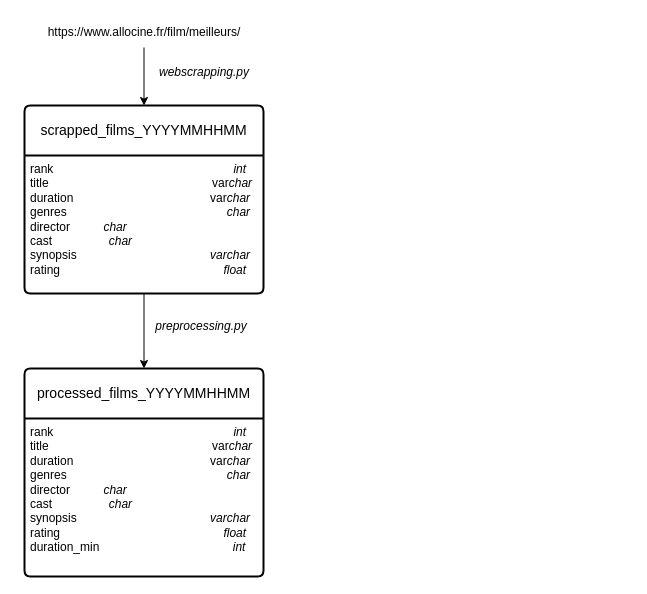
Earlier version of the draw.io diagram data_architecture.drawio (aidalmd/Datascientest_MLOps_2023_RecomFilms). Source tidied: cells renumbered, new cells numbered last; positions are measured from the earlier drawing's top-left corner, leaving out a move shared by most shapes. Both pictures are drawn from the tidied source at 100%, with x=0, y=0 at pixel (24, 17).
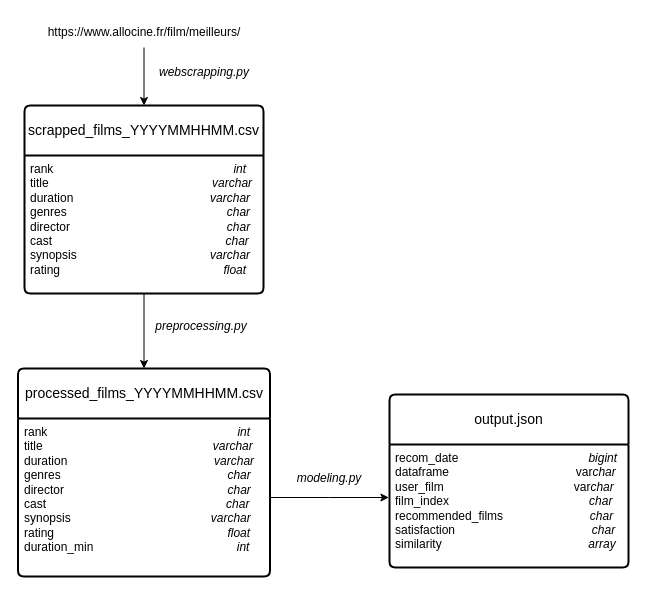
The same page after the edit.

Change to the diagram source:
```diff
@@
 <mxGraphModel>
   <root>
     <mxCell id="0" />
     <mxCell id="1" parent="0" />
-    <mxCell id="2" value="scrapped_films_YYYYMMHHMM" style="swimlane;horizontal=1;startSize=50;rounded=1;fontSize=14;fontStyle=0;strokeWidth=2;shadow=0;dashed=0;align=center;arcSize=4;whiteSpace=wrap;html=1;" parent="1" vertex="1">
+    <mxCell id="2" value="scrapped_films_YYYYMMHHMM.csv" style="swimlane;horizontal=1;startSize=50;rounded=1;fontSize=14;fontStyle=0;strokeWidth=2;shadow=0;dashed=0;align=center;arcSize=4;whiteSpace=wrap;html=1;" parent="1" vertex="1">
       <mxGeometry y="88" width="239" height="188" as="geometry" />
     </mxCell>
-    <mxCell id="3" value="rank&amp;nbsp; &amp;nbsp; &amp;nbsp; &amp;nbsp; &amp;nbsp; &amp;nbsp; &amp;nbsp; &amp;nbsp; &amp;nbsp; &amp;nbsp; &amp;nbsp; &amp;nbsp; &amp;nbsp; &amp;nbsp; &amp;nbsp; &amp;nbsp; &amp;nbsp; &amp;nbsp; &amp;nbsp; &amp;nbsp; &amp;nbsp; &amp;nbsp; &amp;nbsp; &amp;nbsp; &amp;nbsp; &amp;nbsp; &amp;nbsp; &lt;i&gt;int&lt;/i&gt;&lt;br&gt;title&amp;nbsp; &amp;nbsp; &amp;nbsp; &amp;nbsp; &amp;nbsp; &amp;nbsp; &amp;nbsp; &amp;nbsp; &amp;nbsp; &amp;nbsp; &amp;nbsp; &amp;nbsp; &amp;nbsp; &amp;nbsp; &amp;nbsp; &amp;nbsp; &amp;nbsp; &amp;nbsp; &amp;nbsp; &amp;nbsp; &amp;nbsp; &amp;nbsp; &amp;nbsp; &amp;nbsp; &amp;nbsp;var&lt;i&gt;char&lt;/i&gt;&lt;br&gt;duration&amp;nbsp; &amp;nbsp; &amp;nbsp; &amp;nbsp; &amp;nbsp; &amp;nbsp; &amp;nbsp; &amp;nbsp; &amp;nbsp; &amp;nbsp; &amp;nbsp; &amp;nbsp; &amp;nbsp; &amp;nbsp; &amp;nbsp; &amp;nbsp; &amp;nbsp; &amp;nbsp; &amp;nbsp; &amp;nbsp; &amp;nbsp;var&lt;i&gt;char&lt;/i&gt;&lt;br&gt;genres&amp;nbsp; &amp;nbsp; &amp;nbsp; &amp;nbsp; &amp;nbsp; &amp;nbsp; &amp;nbsp; &amp;nbsp; &amp;nbsp; &amp;nbsp; &amp;nbsp; &amp;nbsp; &amp;nbsp; &amp;nbsp; &amp;nbsp; &amp;nbsp; &amp;nbsp; &amp;nbsp; &amp;nbsp; &amp;nbsp; &amp;nbsp; &amp;nbsp; &amp;nbsp; &amp;nbsp;&amp;nbsp;&lt;i&gt;char&lt;/i&gt;&lt;br&gt;director&amp;nbsp;&lt;span style=&quot;white-space: pre;&quot;&gt; &lt;/span&gt;&lt;span style=&quot;white-space: pre;&quot;&gt; &lt;/span&gt;&lt;span style=&quot;white-space: pre;&quot;&gt; &lt;/span&gt;&lt;span style=&quot;white-space: pre;&quot;&gt; &lt;/span&gt;&lt;span style=&quot;white-space: pre;&quot;&gt; &lt;/span&gt;&lt;span style=&quot;white-space: pre;&quot;&gt; &lt;/span&gt;&amp;nbsp; &amp;nbsp;&lt;i&gt;char&lt;/i&gt;&lt;br&gt;cast&lt;span style=&quot;white-space: pre;&quot;&gt; &lt;/span&gt;&lt;span style=&quot;white-space: pre;&quot;&gt; &lt;/span&gt;&lt;span style=&quot;white-space: pre;&quot;&gt; &lt;/span&gt;&lt;span style=&quot;white-space: pre;&quot;&gt; &lt;/span&gt;&lt;span style=&quot;white-space: pre;&quot;&gt; &lt;/span&gt;&lt;span style=&quot;white-space: pre;&quot;&gt; &lt;/span&gt;&amp;nbsp;&amp;nbsp;&amp;nbsp; &amp;nbsp; &amp;nbsp; &amp;nbsp; &amp;nbsp;&lt;i&gt;char&lt;/i&gt;&lt;br&gt;synopsis&amp;nbsp; &amp;nbsp; &amp;nbsp; &amp;nbsp; &amp;nbsp; &amp;nbsp; &amp;nbsp; &amp;nbsp; &amp;nbsp; &amp;nbsp; &amp;nbsp; &amp;nbsp; &amp;nbsp; &amp;nbsp; &amp;nbsp; &amp;nbsp; &amp;nbsp; &amp;nbsp; &amp;nbsp; &amp;nbsp;&amp;nbsp;&lt;i&gt;varchar&lt;/i&gt;&lt;br&gt;rating&amp;nbsp; &amp;nbsp; &amp;nbsp; &amp;nbsp; &amp;nbsp; &amp;nbsp; &amp;nbsp; &amp;nbsp; &amp;nbsp; &amp;nbsp; &amp;nbsp; &amp;nbsp; &amp;nbsp; &amp;nbsp; &amp;nbsp; &amp;nbsp; &amp;nbsp; &amp;nbsp; &amp;nbsp; &amp;nbsp; &amp;nbsp; &amp;nbsp; &amp;nbsp; &amp;nbsp; &amp;nbsp;&lt;i&gt;float&lt;/i&gt;" style="align=left;strokeColor=none;fillColor=none;spacingLeft=4;fontSize=12;verticalAlign=top;html=1;" parent="2" vertex="1">
+    <mxCell id="3" value="rank&amp;nbsp; &amp;nbsp; &amp;nbsp; &amp;nbsp; &amp;nbsp; &amp;nbsp; &amp;nbsp; &amp;nbsp; &amp;nbsp; &amp;nbsp; &amp;nbsp; &amp;nbsp; &amp;nbsp; &amp;nbsp; &amp;nbsp; &amp;nbsp; &amp;nbsp; &amp;nbsp; &amp;nbsp; &amp;nbsp; &amp;nbsp; &amp;nbsp; &amp;nbsp; &amp;nbsp; &amp;nbsp; &amp;nbsp; &amp;nbsp; &lt;i&gt;int&lt;/i&gt;&lt;br&gt;title&amp;nbsp; &amp;nbsp; &amp;nbsp; &amp;nbsp; &amp;nbsp; &amp;nbsp; &amp;nbsp; &amp;nbsp; &amp;nbsp; &amp;nbsp; &amp;nbsp; &amp;nbsp; &amp;nbsp; &amp;nbsp; &amp;nbsp; &amp;nbsp; &amp;nbsp; &amp;nbsp; &amp;nbsp; &amp;nbsp; &amp;nbsp; &amp;nbsp; &amp;nbsp; &amp;nbsp; &amp;nbsp;&lt;i&gt;varchar&lt;/i&gt;&lt;br&gt;duration&amp;nbsp; &amp;nbsp; &amp;nbsp; &amp;nbsp; &amp;nbsp; &amp;nbsp; &amp;nbsp; &amp;nbsp; &amp;nbsp; &amp;nbsp; &amp;nbsp; &amp;nbsp; &amp;nbsp; &amp;nbsp; &amp;nbsp; &amp;nbsp; &amp;nbsp; &amp;nbsp; &amp;nbsp; &amp;nbsp; &amp;nbsp;&lt;i&gt;varchar&lt;/i&gt;&lt;br&gt;genres&amp;nbsp; &amp;nbsp; &amp;nbsp; &amp;nbsp; &amp;nbsp; &amp;nbsp; &amp;nbsp; &amp;nbsp; &amp;nbsp; &amp;nbsp; &amp;nbsp; &amp;nbsp; &amp;nbsp; &amp;nbsp; &amp;nbsp; &amp;nbsp; &amp;nbsp; &amp;nbsp; &amp;nbsp; &amp;nbsp; &amp;nbsp; &amp;nbsp; &amp;nbsp; &amp;nbsp;&amp;nbsp;&lt;i&gt;char&lt;/i&gt;&lt;br&gt;director&amp;nbsp;&lt;span style=&quot;white-space: pre;&quot;&gt; &lt;/span&gt;&lt;span style=&quot;white-space: pre;&quot;&gt; &lt;/span&gt;&lt;span style=&quot;white-space: pre;&quot;&gt; &lt;/span&gt;&lt;span style=&quot;white-space: pre;&quot;&gt; &lt;/span&gt;&lt;span style=&quot;white-space: pre;&quot;&gt; &lt;/span&gt;&lt;span style=&quot;white-space: pre;&quot;&gt; &lt;/span&gt;&amp;nbsp; &amp;nbsp; &amp;nbsp; &amp;nbsp; &amp;nbsp; &amp;nbsp; &amp;nbsp; &amp;nbsp; &amp;nbsp; &amp;nbsp; &amp;nbsp; &amp;nbsp; &amp;nbsp; &amp;nbsp; &amp;nbsp; &amp;nbsp; &amp;nbsp; &amp;nbsp; &amp;nbsp; &amp;nbsp; &lt;i&gt;char&lt;/i&gt;&lt;br&gt;cast&lt;span style=&quot;white-space: pre;&quot;&gt; &lt;/span&gt;&lt;span style=&quot;white-space: pre;&quot;&gt; &lt;/span&gt;&lt;span style=&quot;white-space: pre;&quot;&gt; &lt;/span&gt;&lt;span style=&quot;white-space: pre;&quot;&gt; &lt;/span&gt;&lt;span style=&quot;white-space: pre;&quot;&gt; &lt;/span&gt;&lt;span style=&quot;white-space: pre;&quot;&gt; &lt;/span&gt;&amp;nbsp; &amp;nbsp; &amp;nbsp; &amp;nbsp; &amp;nbsp; &amp;nbsp; &amp;nbsp; &amp;nbsp; &amp;nbsp; &amp;nbsp; &amp;nbsp; &amp;nbsp; &amp;nbsp; &amp;nbsp; &amp;nbsp; &amp;nbsp; &amp;nbsp; &amp;nbsp; &amp;nbsp; &amp;nbsp; &amp;nbsp; &amp;nbsp; &amp;nbsp; &lt;i&gt;char&lt;/i&gt;&lt;br&gt;synopsis&amp;nbsp; &amp;nbsp; &amp;nbsp; &amp;nbsp; &amp;nbsp; &amp;nbsp; &amp;nbsp; &amp;nbsp; &amp;nbsp; &amp;nbsp; &amp;nbsp; &amp;nbsp; &amp;nbsp; &amp;nbsp; &amp;nbsp; &amp;nbsp; &amp;nbsp; &amp;nbsp; &amp;nbsp; &amp;nbsp;&amp;nbsp;&lt;i&gt;varchar&lt;/i&gt;&lt;br&gt;rating&amp;nbsp; &amp;nbsp; &amp;nbsp; &amp;nbsp; &amp;nbsp; &amp;nbsp; &amp;nbsp; &amp;nbsp; &amp;nbsp; &amp;nbsp; &amp;nbsp; &amp;nbsp; &amp;nbsp; &amp;nbsp; &amp;nbsp; &amp;nbsp; &amp;nbsp; &amp;nbsp; &amp;nbsp; &amp;nbsp; &amp;nbsp; &amp;nbsp; &amp;nbsp; &amp;nbsp; &amp;nbsp;&lt;i&gt;float&lt;/i&gt;" style="align=left;strokeColor=none;fillColor=none;spacingLeft=4;fontSize=12;verticalAlign=top;html=1;" parent="2" vertex="1">
       <mxGeometry y="50" width="239" height="138" as="geometry" />
     </mxCell>
-    <mxCell id="4" value="processed_films_YYYYMMHHMM" style="swimlane;horizontal=1;startSize=50;rounded=1;fontSize=14;fontStyle=0;strokeWidth=2;shadow=0;dashed=0;align=center;arcSize=4;whiteSpace=wrap;html=1;" parent="1" vertex="1">
-      <mxGeometry y="351" width="239" height="208" as="geometry" />
+    <mxCell id="4" value="processed_films_YYYYMMHHMM.csv" style="swimlane;horizontal=1;startSize=50;rounded=1;fontSize=14;fontStyle=0;strokeWidth=2;shadow=0;dashed=0;align=center;arcSize=4;whiteSpace=wrap;html=1;" parent="1" vertex="1">
+      <mxGeometry x="-6.5" y="351" width="252" height="208" as="geometry" />
     </mxCell>
-    <mxCell id="5" value="rank&amp;nbsp; &amp;nbsp; &amp;nbsp; &amp;nbsp; &amp;nbsp; &amp;nbsp; &amp;nbsp; &amp;nbsp; &amp;nbsp; &amp;nbsp; &amp;nbsp; &amp;nbsp; &amp;nbsp; &amp;nbsp; &amp;nbsp; &amp;nbsp; &amp;nbsp; &amp;nbsp; &amp;nbsp; &amp;nbsp; &amp;nbsp; &amp;nbsp; &amp;nbsp; &amp;nbsp; &amp;nbsp; &amp;nbsp; &amp;nbsp; &lt;i&gt;int&lt;/i&gt;&lt;br&gt;title&amp;nbsp; &amp;nbsp; &amp;nbsp; &amp;nbsp; &amp;nbsp; &amp;nbsp; &amp;nbsp; &amp;nbsp; &amp;nbsp; &amp;nbsp; &amp;nbsp; &amp;nbsp; &amp;nbsp; &amp;nbsp; &amp;nbsp; &amp;nbsp; &amp;nbsp; &amp;nbsp; &amp;nbsp; &amp;nbsp; &amp;nbsp; &amp;nbsp; &amp;nbsp; &amp;nbsp; &amp;nbsp;var&lt;i&gt;char&lt;/i&gt;&lt;br&gt;duration&amp;nbsp; &amp;nbsp; &amp;nbsp; &amp;nbsp; &amp;nbsp; &amp;nbsp; &amp;nbsp; &amp;nbsp; &amp;nbsp; &amp;nbsp; &amp;nbsp; &amp;nbsp; &amp;nbsp; &amp;nbsp; &amp;nbsp; &amp;nbsp; &amp;nbsp; &amp;nbsp; &amp;nbsp; &amp;nbsp; &amp;nbsp;var&lt;i&gt;char&lt;/i&gt;&lt;br&gt;genres&amp;nbsp; &amp;nbsp; &amp;nbsp; &amp;nbsp; &amp;nbsp; &amp;nbsp; &amp;nbsp; &amp;nbsp; &amp;nbsp; &amp;nbsp; &amp;nbsp; &amp;nbsp; &amp;nbsp; &amp;nbsp; &amp;nbsp; &amp;nbsp; &amp;nbsp; &amp;nbsp; &amp;nbsp; &amp;nbsp; &amp;nbsp; &amp;nbsp; &amp;nbsp; &amp;nbsp;&amp;nbsp;&lt;i&gt;char&lt;/i&gt;&lt;br&gt;director&amp;nbsp;&lt;span style=&quot;white-space: pre;&quot;&gt; &lt;/span&gt;&lt;span style=&quot;white-space: pre;&quot;&gt; &lt;/span&gt;&lt;span style=&quot;white-space: pre;&quot;&gt; &lt;/span&gt;&lt;span style=&quot;white-space: pre;&quot;&gt; &lt;/span&gt;&lt;span style=&quot;white-space: pre;&quot;&gt; &lt;/span&gt;&lt;span style=&quot;white-space: pre;&quot;&gt; &lt;/span&gt;&amp;nbsp; &amp;nbsp;&lt;i&gt;char&lt;/i&gt;&lt;br&gt;cast&lt;span style=&quot;white-space: pre;&quot;&gt; &lt;/span&gt;&lt;span style=&quot;white-space: pre;&quot;&gt; &lt;/span&gt;&lt;span style=&quot;white-space: pre;&quot;&gt; &lt;/span&gt;&lt;span style=&quot;white-space: pre;&quot;&gt; &lt;/span&gt;&lt;span style=&quot;white-space: pre;&quot;&gt; &lt;/span&gt;&lt;span style=&quot;white-space: pre;&quot;&gt; &lt;/span&gt;&amp;nbsp;&amp;nbsp;&amp;nbsp; &amp;nbsp; &amp;nbsp; &amp;nbsp; &amp;nbsp;&lt;i&gt;char&lt;/i&gt;&lt;br&gt;synopsis&amp;nbsp; &amp;nbsp; &amp;nbsp; &amp;nbsp; &amp;nbsp; &amp;nbsp; &amp;nbsp; &amp;nbsp; &amp;nbsp; &amp;nbsp; &amp;nbsp; &amp;nbsp; &amp;nbsp; &amp;nbsp; &amp;nbsp; &amp;nbsp; &amp;nbsp; &amp;nbsp; &amp;nbsp; &amp;nbsp;&amp;nbsp;&lt;i&gt;varchar&lt;/i&gt;&lt;br&gt;rating&amp;nbsp; &amp;nbsp; &amp;nbsp; &amp;nbsp; &amp;nbsp; &amp;nbsp; &amp;nbsp; &amp;nbsp; &amp;nbsp; &amp;nbsp; &amp;nbsp; &amp;nbsp; &amp;nbsp; &amp;nbsp; &amp;nbsp; &amp;nbsp; &amp;nbsp; &amp;nbsp; &amp;nbsp; &amp;nbsp; &amp;nbsp; &amp;nbsp; &amp;nbsp; &amp;nbsp; &amp;nbsp;&lt;i&gt;float&lt;/i&gt;&lt;br&gt;duration_min&amp;nbsp; &amp;nbsp; &amp;nbsp; &amp;nbsp; &amp;nbsp; &amp;nbsp; &amp;nbsp; &amp;nbsp; &amp;nbsp; &amp;nbsp; &amp;nbsp; &amp;nbsp; &amp;nbsp; &amp;nbsp; &amp;nbsp; &amp;nbsp; &amp;nbsp; &amp;nbsp; &amp;nbsp; &amp;nbsp;&amp;nbsp;&lt;i&gt;int&lt;/i&gt;" style="align=left;strokeColor=none;fillColor=none;spacingLeft=4;fontSize=12;verticalAlign=top;html=1;" parent="4" vertex="1">
-      <mxGeometry y="50" width="239" height="158" as="geometry" />
+    <mxCell id="5" value="rank&amp;nbsp; &amp;nbsp; &amp;nbsp; &amp;nbsp; &amp;nbsp; &amp;nbsp; &amp;nbsp; &amp;nbsp; &amp;nbsp; &amp;nbsp; &amp;nbsp; &amp;nbsp; &amp;nbsp; &amp;nbsp; &amp;nbsp; &amp;nbsp; &amp;nbsp; &amp;nbsp; &amp;nbsp; &amp;nbsp; &amp;nbsp; &amp;nbsp; &amp;nbsp; &amp;nbsp; &amp;nbsp; &amp;nbsp; &amp;nbsp; &amp;nbsp; &amp;nbsp;&lt;i&gt;int&lt;/i&gt;&lt;br&gt;title&amp;nbsp; &amp;nbsp; &amp;nbsp; &amp;nbsp; &amp;nbsp; &amp;nbsp; &amp;nbsp; &amp;nbsp; &amp;nbsp; &amp;nbsp; &amp;nbsp; &amp;nbsp; &amp;nbsp; &amp;nbsp; &amp;nbsp; &amp;nbsp; &amp;nbsp; &amp;nbsp; &amp;nbsp; &amp;nbsp; &amp;nbsp; &amp;nbsp; &amp;nbsp; &amp;nbsp; &amp;nbsp; &amp;nbsp;&lt;i&gt;varchar&lt;/i&gt;&lt;br&gt;duration&amp;nbsp; &amp;nbsp; &amp;nbsp; &amp;nbsp; &amp;nbsp; &amp;nbsp; &amp;nbsp; &amp;nbsp; &amp;nbsp; &amp;nbsp; &amp;nbsp; &amp;nbsp; &amp;nbsp; &amp;nbsp; &amp;nbsp; &amp;nbsp; &amp;nbsp; &amp;nbsp; &amp;nbsp; &amp;nbsp; &amp;nbsp; &amp;nbsp;&amp;nbsp;&lt;i&gt;varchar&lt;/i&gt;&lt;br&gt;genres&amp;nbsp; &amp;nbsp; &amp;nbsp; &amp;nbsp; &amp;nbsp; &amp;nbsp; &amp;nbsp; &amp;nbsp; &amp;nbsp; &amp;nbsp; &amp;nbsp; &amp;nbsp; &amp;nbsp; &amp;nbsp; &amp;nbsp; &amp;nbsp; &amp;nbsp; &amp;nbsp; &amp;nbsp; &amp;nbsp; &amp;nbsp; &amp;nbsp; &amp;nbsp; &amp;nbsp; &amp;nbsp;&amp;nbsp;&lt;i&gt;char&lt;/i&gt;&lt;br&gt;director&amp;nbsp;&lt;span style=&quot;white-space: pre;&quot;&gt; &lt;/span&gt;&lt;span style=&quot;white-space: pre;&quot;&gt; &lt;/span&gt;&lt;span style=&quot;white-space: pre;&quot;&gt; &lt;/span&gt;&lt;span style=&quot;white-space: pre;&quot;&gt; &lt;/span&gt;&lt;span style=&quot;white-space: pre;&quot;&gt; &lt;/span&gt;&lt;span style=&quot;white-space: pre;&quot;&gt; &lt;/span&gt;&amp;nbsp; &amp;nbsp; &amp;nbsp; &amp;nbsp; &amp;nbsp; &amp;nbsp; &amp;nbsp; &amp;nbsp; &amp;nbsp; &amp;nbsp; &amp;nbsp; &amp;nbsp; &amp;nbsp; &amp;nbsp; &amp;nbsp; &amp;nbsp; &amp;nbsp; &amp;nbsp; &amp;nbsp; &amp;nbsp; &amp;nbsp;&amp;nbsp;&lt;i&gt;char&lt;/i&gt;&lt;br&gt;cast&lt;span style=&quot;white-space: pre;&quot;&gt; &lt;/span&gt;&lt;span style=&quot;white-space: pre;&quot;&gt; &lt;/span&gt;&lt;span style=&quot;white-space: pre;&quot;&gt; &lt;/span&gt;&lt;span style=&quot;white-space: pre;&quot;&gt; &lt;/span&gt;&lt;span style=&quot;white-space: pre;&quot;&gt; &lt;/span&gt;&lt;span style=&quot;white-space: pre;&quot;&gt; &lt;/span&gt;&amp;nbsp; &amp;nbsp; &amp;nbsp; &amp;nbsp; &amp;nbsp; &amp;nbsp; &amp;nbsp; &amp;nbsp; &amp;nbsp; &amp;nbsp; &amp;nbsp; &amp;nbsp; &amp;nbsp; &amp;nbsp; &amp;nbsp; &amp;nbsp; &amp;nbsp; &amp;nbsp; &amp;nbsp; &amp;nbsp; &amp;nbsp; &amp;nbsp; &amp;nbsp; &amp;nbsp;&amp;nbsp;&lt;i&gt;char&lt;/i&gt;&lt;br&gt;synopsis&amp;nbsp; &amp;nbsp; &amp;nbsp; &amp;nbsp; &amp;nbsp; &amp;nbsp; &amp;nbsp; &amp;nbsp; &amp;nbsp; &amp;nbsp; &amp;nbsp; &amp;nbsp; &amp;nbsp; &amp;nbsp; &amp;nbsp; &amp;nbsp; &amp;nbsp; &amp;nbsp; &amp;nbsp; &amp;nbsp; &amp;nbsp;&amp;nbsp;&lt;i&gt;varchar&lt;/i&gt;&lt;br&gt;rating&amp;nbsp; &amp;nbsp; &amp;nbsp; &amp;nbsp; &amp;nbsp; &amp;nbsp; &amp;nbsp; &amp;nbsp; &amp;nbsp; &amp;nbsp; &amp;nbsp; &amp;nbsp; &amp;nbsp; &amp;nbsp; &amp;nbsp; &amp;nbsp; &amp;nbsp; &amp;nbsp; &amp;nbsp; &amp;nbsp; &amp;nbsp; &amp;nbsp; &amp;nbsp; &amp;nbsp; &amp;nbsp; &amp;nbsp;&amp;nbsp;&lt;i&gt;float&lt;/i&gt;&lt;br&gt;duration_min&amp;nbsp; &amp;nbsp; &amp;nbsp; &amp;nbsp; &amp;nbsp; &amp;nbsp; &amp;nbsp; &amp;nbsp; &amp;nbsp; &amp;nbsp; &amp;nbsp; &amp;nbsp; &amp;nbsp; &amp;nbsp; &amp;nbsp; &amp;nbsp; &amp;nbsp; &amp;nbsp; &amp;nbsp; &amp;nbsp; &amp;nbsp; &amp;nbsp;&lt;i&gt;int&lt;/i&gt;" style="align=left;strokeColor=none;fillColor=none;spacingLeft=4;fontSize=12;verticalAlign=top;html=1;" parent="4" vertex="1">
+      <mxGeometry y="50" width="252" height="158" as="geometry" />
     </mxCell>
     <mxCell id="6" style="edgeStyle=orthogonalEdgeStyle;rounded=0;jettySize=auto;html=1;exitX=0.5;exitY=1;exitDx=0;exitDy=0;entryX=0.5;entryY=0;entryDx=0;entryDy=0;" parent="1" edge="1" source="3" target="4">
       <mxGeometry relative="1" as="geometry" />
     </mxCell>
     <mxCell id="7" value="preprocessing.py" style="text;html=1;strokeColor=none;fillColor=none;align=center;verticalAlign=middle;whiteSpace=wrap;rounded=0;fontStyle=2;" parent="1" vertex="1">
       <mxGeometry x="147" y="294" width="60" height="30" as="geometry" />
     </mxCell>
     <mxCell id="8" style="edgeStyle=orthogonalEdgeStyle;rounded=0;jettySize=auto;html=1;exitX=0.5;exitY=1;exitDx=0;exitDy=0;entryX=0.5;entryY=0;entryDx=0;entryDy=0;" parent="1" edge="1" source="9" target="2">
       <mxGeometry relative="1" as="geometry" />
     </mxCell>
     <mxCell id="9" value="https://www.allocine.fr/film/meilleurs/" style="text;html=1;strokeColor=none;fillColor=none;align=center;verticalAlign=middle;whiteSpace=wrap;rounded=0;" parent="1" vertex="1">
       <mxGeometry x="89.5" width="60" height="30" as="geometry" />
     </mxCell>
     <mxCell id="10" value="webscrapping.py" style="text;html=1;strokeColor=none;fillColor=none;align=center;verticalAlign=middle;whiteSpace=wrap;rounded=0;fontStyle=2;" parent="1" vertex="1">
       <mxGeometry x="149.5" y="40" width="60" height="30" as="geometry" />
     </mxCell>
+    <mxCell id="11" style="edgeStyle=orthogonalEdgeStyle;rounded=0;jettySize=auto;html=1;exitX=1;exitY=0.5;exitDx=0;exitDy=0;" parent="1" edge="1" source="5">
+      <mxGeometry relative="1" as="geometry">
+        <mxPoint x="364.4" y="480" as="targetPoint" />
+      </mxGeometry>
+    </mxCell>
+    <mxCell id="12" value="modeling.py" style="text;html=1;strokeColor=none;fillColor=none;align=center;verticalAlign=middle;whiteSpace=wrap;rounded=0;fontStyle=2;" parent="1" vertex="1">
+      <mxGeometry x="275" y="446" width="60" height="30" as="geometry" />
+    </mxCell>
+    <mxCell id="13" value="output.json" style="swimlane;horizontal=1;startSize=50;rounded=1;fontSize=14;fontStyle=0;strokeWidth=2;shadow=0;dashed=0;align=center;arcSize=4;whiteSpace=wrap;html=1;fillColor=default;swimlaneFillColor=default;gradientColor=none;" parent="1" vertex="1">
+      <mxGeometry x="365" y="377" width="239" height="173" as="geometry" />
+    </mxCell>
+    <mxCell id="14" value="recom_date&amp;nbsp; &amp;nbsp; &amp;nbsp; &amp;nbsp; &amp;nbsp; &amp;nbsp; &amp;nbsp; &amp;nbsp; &amp;nbsp; &amp;nbsp; &amp;nbsp; &amp;nbsp; &amp;nbsp; &amp;nbsp; &amp;nbsp; &amp;nbsp; &amp;nbsp; &amp;nbsp; &amp;nbsp; &amp;nbsp;&lt;i&gt;bigint&lt;/i&gt;&lt;br&gt;dataframe&amp;nbsp; &amp;nbsp; &amp;nbsp; &amp;nbsp; &amp;nbsp; &amp;nbsp; &amp;nbsp; &amp;nbsp; &amp;nbsp; &amp;nbsp; &amp;nbsp; &amp;nbsp; &amp;nbsp; &amp;nbsp; &amp;nbsp; &amp;nbsp; &amp;nbsp; &amp;nbsp; &amp;nbsp; var&lt;i&gt;char&lt;/i&gt;&lt;br&gt;user_film&amp;nbsp; &amp;nbsp; &amp;nbsp; &amp;nbsp; &amp;nbsp; &amp;nbsp; &amp;nbsp; &amp;nbsp; &amp;nbsp; &amp;nbsp; &amp;nbsp; &amp;nbsp; &amp;nbsp; &amp;nbsp; &amp;nbsp; &amp;nbsp; &amp;nbsp; &amp;nbsp; &amp;nbsp; &amp;nbsp;var&lt;i&gt;char&lt;/i&gt;&lt;br&gt;film_index&amp;nbsp; &amp;nbsp; &amp;nbsp; &amp;nbsp; &amp;nbsp; &amp;nbsp; &amp;nbsp; &amp;nbsp; &amp;nbsp; &amp;nbsp; &amp;nbsp; &amp;nbsp; &amp;nbsp; &amp;nbsp; &amp;nbsp; &amp;nbsp; &amp;nbsp; &amp;nbsp; &amp;nbsp; &amp;nbsp; &amp;nbsp;&amp;nbsp;&lt;i&gt;char&lt;/i&gt;&lt;br&gt;recommended_films&amp;nbsp;&lt;span style=&quot;white-space: pre;&quot;&gt; &lt;/span&gt;&lt;span style=&quot;white-space: pre;&quot;&gt; &lt;/span&gt;&lt;span style=&quot;white-space: pre;&quot;&gt; &lt;/span&gt;&lt;span style=&quot;white-space: pre;&quot;&gt; &lt;/span&gt;&lt;span style=&quot;white-space: pre;&quot;&gt; &lt;/span&gt;&lt;span style=&quot;white-space: pre;&quot;&gt; &lt;/span&gt;&amp;nbsp; &amp;nbsp; &amp;nbsp; &amp;nbsp; &amp;nbsp; &amp;nbsp; &amp;nbsp; &amp;nbsp; &amp;nbsp; &amp;nbsp;&lt;i&gt;char&lt;/i&gt;&lt;br&gt;satisfaction&lt;span style=&quot;white-space: pre;&quot;&gt; &lt;/span&gt;&lt;span style=&quot;white-space: pre;&quot;&gt; &lt;/span&gt;&lt;span style=&quot;white-space: pre;&quot;&gt; &lt;/span&gt;&lt;span style=&quot;white-space: pre;&quot;&gt; &lt;/span&gt;&lt;span style=&quot;white-space: pre;&quot;&gt; &lt;/span&gt;&lt;span style=&quot;white-space: pre;&quot;&gt; &lt;/span&gt;&amp;nbsp; &amp;nbsp; &amp;nbsp; &amp;nbsp; &amp;nbsp; &amp;nbsp; &amp;nbsp; &amp;nbsp; &amp;nbsp; &amp;nbsp; &amp;nbsp; &amp;nbsp; &amp;nbsp; &amp;nbsp; &amp;nbsp; &amp;nbsp; &amp;nbsp; &amp;nbsp;&lt;i&gt;char&lt;/i&gt;&lt;br&gt;similarity&amp;nbsp; &amp;nbsp; &amp;nbsp; &amp;nbsp; &amp;nbsp; &amp;nbsp; &amp;nbsp; &amp;nbsp; &amp;nbsp; &amp;nbsp; &amp;nbsp; &amp;nbsp; &amp;nbsp; &amp;nbsp; &amp;nbsp; &amp;nbsp; &amp;nbsp; &amp;nbsp; &amp;nbsp; &amp;nbsp; &amp;nbsp; &amp;nbsp;&amp;nbsp;&lt;i&gt;array&lt;/i&gt;" style="align=left;strokeColor=none;fillColor=none;spacingLeft=4;fontSize=12;verticalAlign=top;html=1;" parent="13" vertex="1">
+      <mxGeometry y="50" width="239" height="123" as="geometry" />
+    </mxCell>
   </root>
 </mxGraphModel>
```
